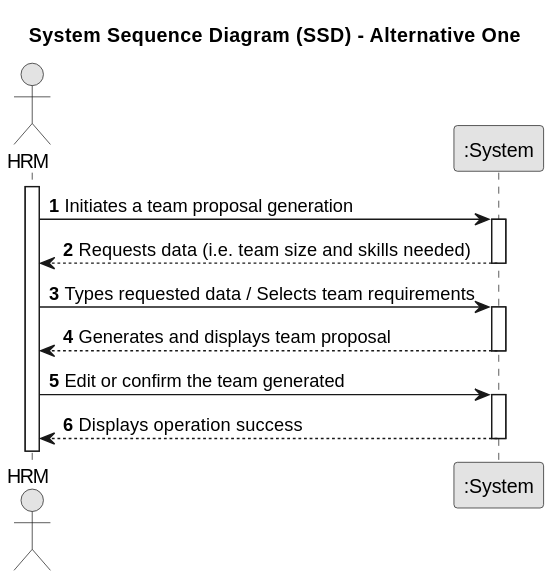
daniel41silva05/ISEP_2023_2024_LAPR2 keeps this PlantUML diagram as docs/sprintA&B/us05/01.requirements-engineering/svg/us05-system-sequence-diagram-alternative-one.svg. Above is the earlier version. The source it was exported from:
```plantuml
@startuml
skinparam monochrome true
skinparam packageStyle rectangle
skinparam shadowing false

title System Sequence Diagram (SSD) - Alternative One

autonumber

actor "HRM" as Employee
participant ":System" as System

activate Employee

    Employee -> System : Initiates a team proposal generation
    activate System

        System --> Employee : Requests data (i.e. team size and skills needed)
    deactivate System

    Employee -> System : Types requested data / Selects team requirements
    activate System

        System --> Employee : Generates and displays team proposal
    deactivate System

    Employee -> System : Edit or confirm the team generated
    activate System

        System --> Employee : Displays operation success
    deactivate System
@enduml
```
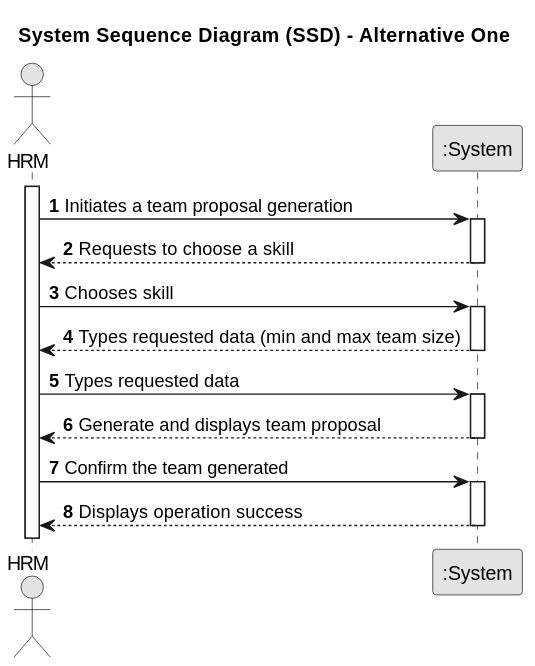
After the commit.

Commit message:
us05 class diagram

The edit, as a diff of the source:
```diff
@@ -15,16 +15,22 @@
     Employee -> System : Initiates a team proposal generation
     activate System
 
-        System --> Employee : Requests data (i.e. team size and skills needed)
+        System --> Employee : Requests to choose a skill
     deactivate System
 
-    Employee -> System : Types requested data / Selects team requirements
+    Employee -> System : Chooses skill
     activate System
 
-        System --> Employee : Generates and displays team proposal
+        System --> Employee : Types requested data (min and max team size)
     deactivate System
 
-    Employee -> System : Edit or confirm the team generated
+    Employee -> System : Types requested data
+    activate System
+
+        System --> Employee : Generate and displays team proposal
+        deactivate System
+
+    Employee -> System : Confirm the team generated
     activate System
 
         System --> Employee : Displays operation success
```
